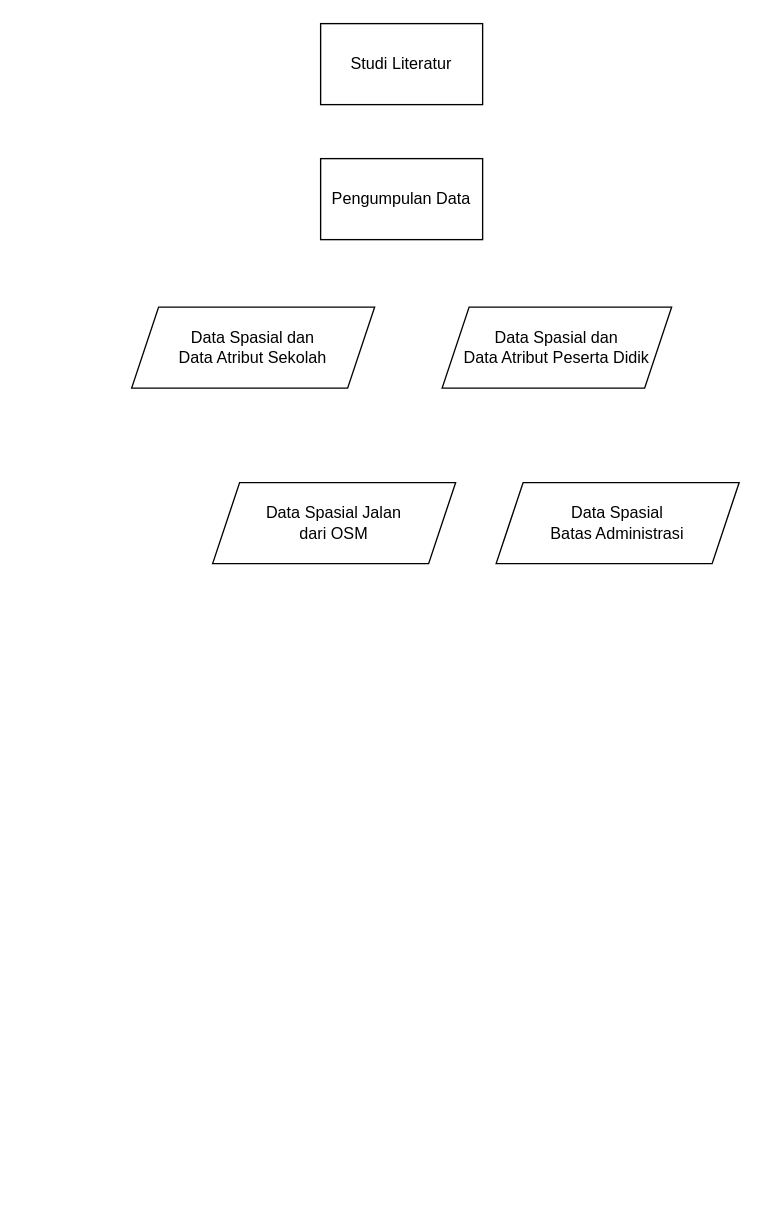
Alf-Anas/draw-io-diagrams keeps this draw.io diagram as research-zonasi/metodologi-penelitian.drawio. Above is the earlier version. Source tidied: cells renumbered, new cells numbered last; positions are measured from the earlier drawing's top-left corner, leaving out a move shared by most shapes. Both pictures are drawn from the tidied source at 135%, with x=0, y=0 at pixel (131, 23).
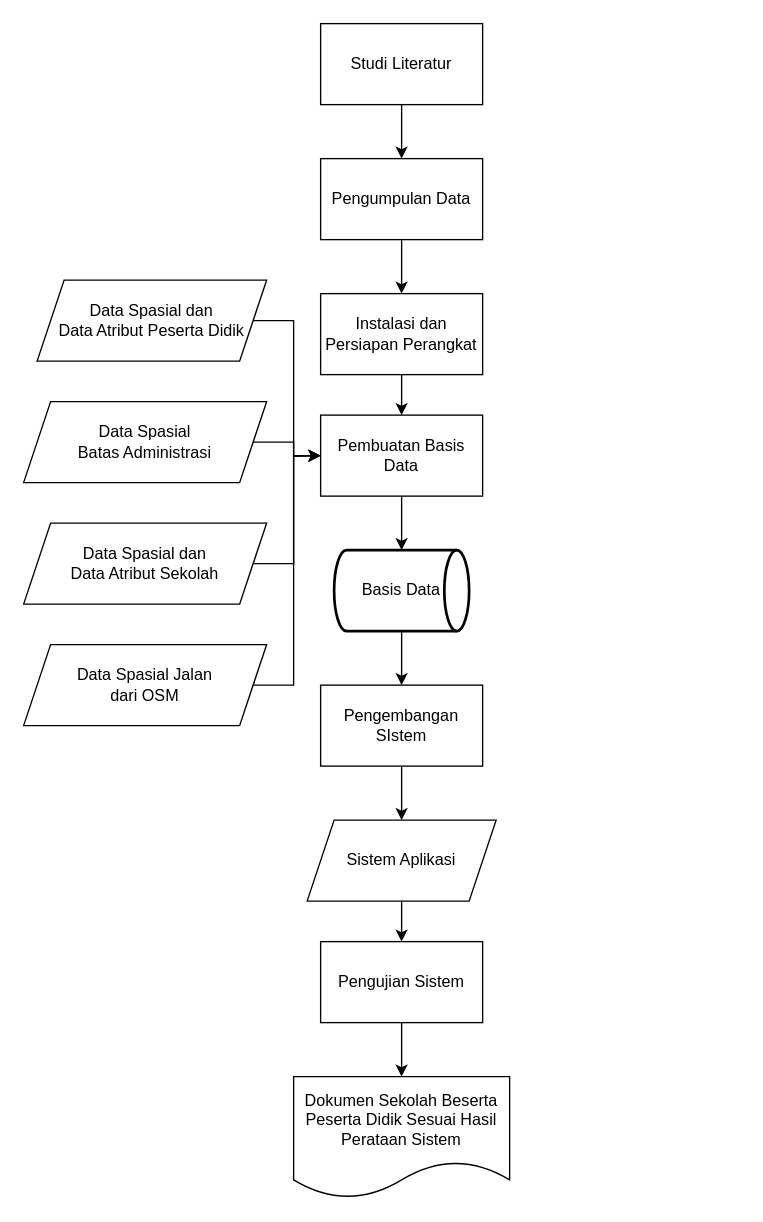
The same page after the edit.

Unchanged cells that the change refers to:
```xml
<mxCell id="2" value="Studi Literatur" style="rounded=0;whiteSpace=wrap;html=1;" parent="1" vertex="1">
  <mxGeometry x="140" width="120" height="60" as="geometry" />
</mxCell>
<mxCell id="3" value="Pengumpulan Data" style="rounded=0;whiteSpace=wrap;html=1;" parent="1" vertex="1">
  <mxGeometry x="140" y="100" width="120" height="60" as="geometry" />
</mxCell>
```

What changed in the source:
```diff
@@
+    <mxCell id="8" style="edgeStyle=orthogonalEdgeStyle;rounded=0;jettySize=auto;html=1;entryX=0.5;entryY=0;entryDx=0;entryDy=0;" parent="1" edge="1" source="2" target="3">
+      <mxGeometry relative="1" as="geometry" />
+    </mxCell>
@@
+    <mxCell id="9" style="edgeStyle=orthogonalEdgeStyle;rounded=0;jettySize=auto;html=1;entryX=0.5;entryY=0;entryDx=0;entryDy=0;" parent="1" edge="1" source="3" target="15">
+      <mxGeometry relative="1" as="geometry" />
+    </mxCell>
@@
+    <mxCell id="10" style="edgeStyle=orthogonalEdgeStyle;rounded=0;jettySize=auto;html=1;entryX=0;entryY=0.5;entryDx=0;entryDy=0;" parent="1" edge="1" source="4" target="16">
+      <mxGeometry relative="1" as="geometry" />
+    </mxCell>
     <mxCell id="4" value="Data Spasial dan &lt;br&gt;Data Atribut Sekolah" style="shape=parallelogram;perimeter=parallelogramPerimeter;whiteSpace=wrap;html=1;fixedSize=1;" parent="1" vertex="1">
-      <mxGeometry y="210" width="180" height="60" as="geometry" />
+      <mxGeometry x="-80" y="370" width="180" height="60" as="geometry" />
     </mxCell>
+    <mxCell id="11" style="edgeStyle=orthogonalEdgeStyle;rounded=0;jettySize=auto;html=1;entryX=0;entryY=0.5;entryDx=0;entryDy=0;" parent="1" edge="1" source="5" target="16">
+      <mxGeometry relative="1" as="geometry" />
+    </mxCell>
     <mxCell id="5" value="Data Spasial dan &lt;br&gt;Data Atribut Peserta Didik" style="shape=parallelogram;perimeter=parallelogramPerimeter;whiteSpace=wrap;html=1;fixedSize=1;" parent="1" vertex="1">
-      <mxGeometry x="230" y="210" width="170" height="60" as="geometry" />
+      <mxGeometry x="-70" y="190" width="170" height="60" as="geometry" />
     </mxCell>
+    <mxCell id="12" style="edgeStyle=orthogonalEdgeStyle;rounded=0;jettySize=auto;html=1;entryX=0;entryY=0.5;entryDx=0;entryDy=0;" parent="1" edge="1" source="6" target="16">
+      <mxGeometry relative="1" as="geometry" />
+    </mxCell>
     <mxCell id="6" value="Data Spasial Jalan&lt;br&gt;dari OSM" style="shape=parallelogram;perimeter=parallelogramPerimeter;whiteSpace=wrap;html=1;fixedSize=1;" parent="1" vertex="1">
-      <mxGeometry x="60" y="340" width="180" height="60" as="geometry" />
+      <mxGeometry x="-80" y="460" width="180" height="60" as="geometry" />
     </mxCell>
+    <mxCell id="13" style="edgeStyle=orthogonalEdgeStyle;rounded=0;jettySize=auto;html=1;" parent="1" edge="1" source="7">
+      <mxGeometry relative="1" as="geometry">
+        <mxPoint x="140" y="320" as="targetPoint" />
+      </mxGeometry>
+    </mxCell>
     <mxCell id="7" value="Data Spasial &lt;br&gt;Batas Administrasi" style="shape=parallelogram;perimeter=parallelogramPerimeter;whiteSpace=wrap;html=1;fixedSize=1;" parent="1" vertex="1">
-      <mxGeometry x="270" y="340" width="180" height="60" as="geometry" />
+      <mxGeometry x="-80" y="280" width="180" height="60" as="geometry" />
     </mxCell>
+    <mxCell id="14" style="edgeStyle=orthogonalEdgeStyle;rounded=0;jettySize=auto;html=1;entryX=0.5;entryY=0;entryDx=0;entryDy=0;" parent="1" edge="1" source="15" target="16">
+      <mxGeometry relative="1" as="geometry" />
+    </mxCell>
+    <mxCell id="15" value="Instalasi dan Persiapan Perangkat" style="rounded=0;whiteSpace=wrap;html=1;" parent="1" vertex="1">
+      <mxGeometry x="140" y="200" width="120" height="60" as="geometry" />
+    </mxCell>
+    <mxCell id="16" value="Pembuatan Basis Data" style="rounded=0;whiteSpace=wrap;html=1;" parent="1" vertex="1">
+      <mxGeometry x="140" y="290" width="120" height="60" as="geometry" />
+    </mxCell>
+    <mxCell id="17" style="edgeStyle=orthogonalEdgeStyle;rounded=0;jettySize=auto;html=1;entryX=0.5;entryY=0;entryDx=0;entryDy=0;" parent="1" edge="1" source="18" target="21">
+      <mxGeometry relative="1" as="geometry" />
+    </mxCell>
+    <mxCell id="18" value="Basis Data" style="strokeWidth=2;html=1;shape=mxgraph.flowchart.direct_data;whiteSpace=wrap;" parent="1" vertex="1">
+      <mxGeometry x="150" y="390" width="100" height="60" as="geometry" />
+    </mxCell>
+    <mxCell id="19" style="edgeStyle=orthogonalEdgeStyle;rounded=0;jettySize=auto;html=1;entryX=0.5;entryY=0;entryDx=0;entryDy=0;entryPerimeter=0;" parent="1" edge="1" source="16" target="18">
+      <mxGeometry relative="1" as="geometry" />
+    </mxCell>
+    <mxCell id="20" style="edgeStyle=orthogonalEdgeStyle;rounded=0;jettySize=auto;html=1;entryX=0.5;entryY=0;entryDx=0;entryDy=0;" parent="1" edge="1" source="21" target="23">
+      <mxGeometry relative="1" as="geometry" />
+    </mxCell>
+    <mxCell id="21" value="Pengembangan SIstem" style="rounded=0;whiteSpace=wrap;html=1;" parent="1" vertex="1">
+      <mxGeometry x="140" y="490" width="120" height="60" as="geometry" />
+    </mxCell>
+    <mxCell id="22" style="edgeStyle=orthogonalEdgeStyle;rounded=0;jettySize=auto;html=1;" parent="1" edge="1" source="23" target="25">
+      <mxGeometry relative="1" as="geometry" />
+    </mxCell>
+    <mxCell id="23" value="Sistem Aplikasi" style="shape=parallelogram;perimeter=parallelogramPerimeter;whiteSpace=wrap;html=1;fixedSize=1;" parent="1" vertex="1">
+      <mxGeometry x="130" y="590" width="140" height="60" as="geometry" />
+    </mxCell>
+    <mxCell id="24" style="edgeStyle=orthogonalEdgeStyle;rounded=0;jettySize=auto;html=1;" parent="1" edge="1" source="25" target="26">
+      <mxGeometry relative="1" as="geometry" />
+    </mxCell>
+    <mxCell id="25" value="Pengujian Sistem" style="rounded=0;whiteSpace=wrap;html=1;" parent="1" vertex="1">
+      <mxGeometry x="140" y="680" width="120" height="60" as="geometry" />
+    </mxCell>
+    <mxCell id="26" value="Dokumen Sekolah Beserta Peserta Didik Sesuai Hasil Perataan Sistem" style="shape=document;whiteSpace=wrap;html=1;boundedLbl=1;" parent="1" vertex="1">
+      <mxGeometry x="120" y="780" width="160" height="90" as="geometry" />
+    </mxCell>
```
